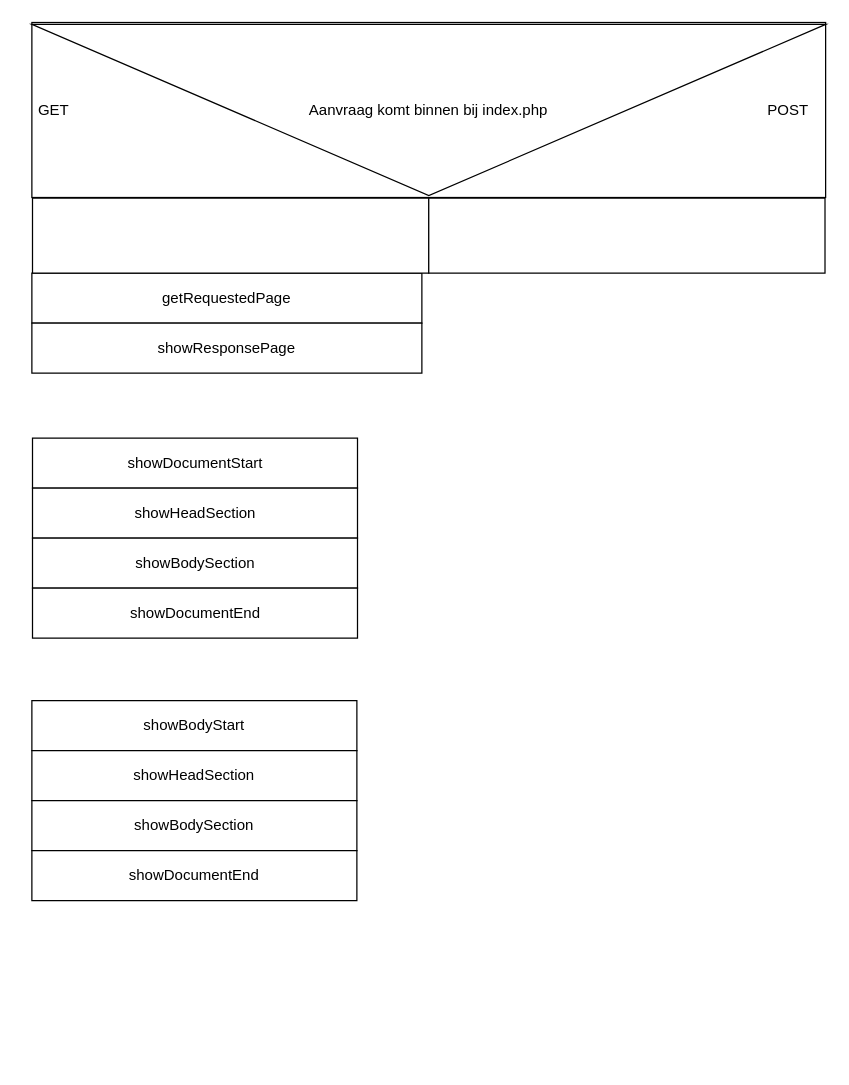
Before: Diagrams/routingPSD.drawio in Dabra720/educom-webshop-basis, a draw.io diagram. Source tidied: cells renumbered, new cells numbered last; positions are measured from the earlier drawing's top-left corner, leaving out a move shared by most shapes. Both pictures are drawn from the tidied source at 125%, with x=0, y=0 at pixel (31, -288).
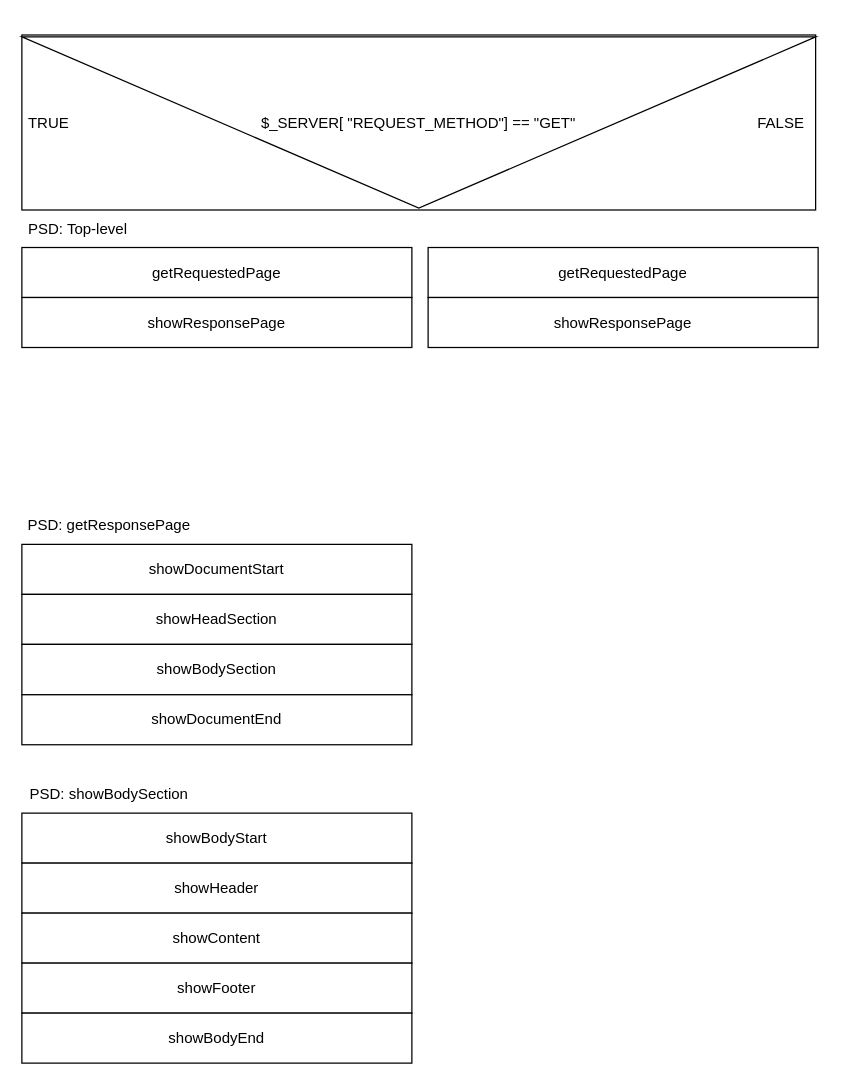
After the change.

Commit message:
Start routing PSD [#6]

What changed in the source:
```diff
@@
 <mxGraphModel>
   <root>
     <mxCell id="0" />
     <mxCell id="1" parent="0" />
     <mxCell id="2" value="getRequestedPage" style="rounded=0;whiteSpace=wrap;html=1;" parent="1" vertex="1">
-      <mxGeometry y="448" width="312" height="40" as="geometry" />
+      <mxGeometry x="-8" y="427.5" width="312" height="40" as="geometry" />
     </mxCell>
     <mxCell id="3" value="showResponsePage" style="rounded=0;whiteSpace=wrap;html=1;" parent="1" vertex="1">
-      <mxGeometry y="488" width="312" height="40" as="geometry" />
+      <mxGeometry x="-8" y="467.5" width="312" height="40" as="geometry" />
     </mxCell>
     <mxCell id="4" value="showDocumentStart" style="rounded=0;whiteSpace=wrap;html=1;" parent="1" vertex="1">
-      <mxGeometry x="0.5" y="580" width="260" height="40" as="geometry" />
+      <mxGeometry x="-8" y="665" width="312" height="40" as="geometry" />
     </mxCell>
     <mxCell id="5" value="showHeadSection" style="rounded=0;whiteSpace=wrap;html=1;" parent="1" vertex="1">
-      <mxGeometry x="0.5" y="620" width="260" height="40" as="geometry" />
+      <mxGeometry x="-8" y="705" width="312" height="40" as="geometry" />
     </mxCell>
     <mxCell id="6" value="showBodySection" style="rounded=0;whiteSpace=wrap;html=1;" parent="1" vertex="1">
-      <mxGeometry x="0.5" y="660" width="260" height="40" as="geometry" />
+      <mxGeometry x="-8" y="745" width="312" height="40.3" as="geometry" />
     </mxCell>
     <mxCell id="7" value="showDocumentEnd" style="rounded=0;whiteSpace=wrap;html=1;" parent="1" vertex="1">
-      <mxGeometry x="0.5" y="700" width="260" height="40" as="geometry" />
+      <mxGeometry x="-8" y="785.3" width="312" height="40" as="geometry" />
     </mxCell>
     <mxCell id="8" value="showBodyStart" style="rounded=0;whiteSpace=wrap;html=1;" parent="1" vertex="1">
-      <mxGeometry y="790" width="260" height="40" as="geometry" />
+      <mxGeometry x="-8" y="880" width="312" height="40" as="geometry" />
     </mxCell>
-    <mxCell id="9" value="showHeadSection" style="rounded=0;whiteSpace=wrap;html=1;" parent="1" vertex="1">
-      <mxGeometry y="830" width="260" height="40" as="geometry" />
+    <mxCell id="9" value="showHeader" style="rounded=0;whiteSpace=wrap;html=1;" parent="1" vertex="1">
+      <mxGeometry x="-8" y="920" width="312" height="40" as="geometry" />
     </mxCell>
-    <mxCell id="10" value="showBodySection" style="rounded=0;whiteSpace=wrap;html=1;" parent="1" vertex="1">
-      <mxGeometry y="870" width="260" height="40" as="geometry" />
+    <mxCell id="10" value="showContent" style="rounded=0;whiteSpace=wrap;html=1;" parent="1" vertex="1">
+      <mxGeometry x="-8" y="960" width="312" height="40" as="geometry" />
     </mxCell>
-    <mxCell id="11" value="showDocumentEnd" style="rounded=0;whiteSpace=wrap;html=1;" parent="1" vertex="1">
-      <mxGeometry y="910" width="260" height="40" as="geometry" />
+    <mxCell id="11" value="showFooter" style="rounded=0;whiteSpace=wrap;html=1;" parent="1" vertex="1">
+      <mxGeometry x="-8" y="1000" width="312" height="40" as="geometry" />
     </mxCell>
-    <mxCell id="12" value="&amp;nbsp;GET&lt;span style=&quot;white-space: pre;&quot;&gt;&#9;&lt;/span&gt;&lt;span style=&quot;white-space: pre;&quot;&gt;&#9;&lt;/span&gt;&lt;span style=&quot;white-space: pre;&quot;&gt;&#9;&lt;/span&gt;&lt;span style=&quot;white-space: pre;&quot;&gt;&#9;&lt;/span&gt;&lt;span style=&quot;white-space: pre;&quot;&gt;&#9;&lt;/span&gt;&lt;span style=&quot;white-space: pre;&quot;&gt;&#9;&lt;/span&gt;&lt;span style=&quot;white-space: pre;&quot;&gt;&#9;&lt;/span&gt;&lt;span style=&quot;white-space: pre;&quot;&gt;&#9;&lt;/span&gt;&lt;span style=&quot;white-space: pre;&quot;&gt;&#9;&lt;/span&gt;&lt;span style=&quot;white-space: pre;&quot;&gt;&#9;&lt;/span&gt;&lt;span style=&quot;white-space: pre;&quot;&gt;&#9;&lt;/span&gt;&lt;span style=&quot;white-space: pre;&quot;&gt;&#9;&lt;/span&gt;&lt;span style=&quot;white-space: pre;&quot;&gt;&#9;&lt;/span&gt;&lt;span style=&quot;white-space: pre;&quot;&gt;&#9;&lt;/span&gt;&lt;span style=&quot;white-space: pre;&quot;&gt;&#9;&lt;/span&gt;&lt;span style=&quot;white-space: pre;&quot;&gt;&#9;&lt;/span&gt;&lt;span style=&quot;white-space: pre;&quot;&gt;&#9;&lt;/span&gt;&lt;span style=&quot;white-space: pre;&quot;&gt;&#9;&lt;/span&gt;&lt;span style=&quot;white-space: pre;&quot;&gt;&#9;&lt;/span&gt;&lt;span style=&quot;white-space: pre;&quot;&gt;&#9;&lt;/span&gt;&lt;span style=&quot;white-space: pre;&quot;&gt;&#9;&lt;/span&gt;POST" style="rounded=0;whiteSpace=wrap;html=1;align=left;" parent="1" vertex="1">
-      <mxGeometry y="247.5" width="635" height="140" as="geometry" />
-    </mxCell>
-    <mxCell id="13" value="&lt;div style=&quot;&quot;&gt;Aanvraag komt binnen bij index.php&lt;/div&gt;" style="triangle;whiteSpace=wrap;html=1;rotation=90;align=center;verticalAlign=middle;horizontal=0;" parent="1" vertex="1">
-      <mxGeometry x="249.1" width="136.9" height="635" as="geometry" />
-    </mxCell>
-    <mxCell id="14" style="rounded=0;whiteSpace=wrap;html=1;" parent="1" vertex="1">
-      <mxGeometry x="0.5" y="388" width="317" height="60" as="geometry" />
-    </mxCell>
-    <mxCell id="15" style="rounded=0;whiteSpace=wrap;html=1;" parent="1" vertex="1">
-      <mxGeometry x="317.5" y="388" width="317" height="60" as="geometry" />
-    </mxCell>
+    <mxCell id="16" value="PSD: getResponsePage" style="text;html=1;strokeColor=none;fillColor=none;align=center;verticalAlign=middle;whiteSpace=wrap;rounded=0;" parent="1" vertex="1">
+      <mxGeometry x="-8" y="635" width="140" height="30" as="geometry" />
+    </mxCell>
+    <mxCell id="17" value="PSD: showBodySection" style="text;html=1;strokeColor=none;fillColor=none;align=center;verticalAlign=middle;whiteSpace=wrap;rounded=0;" parent="1" vertex="1">
+      <mxGeometry x="-8" y="850" width="140" height="30" as="geometry" />
+    </mxCell>
+    <mxCell id="18" value="PSD: Top-level" style="text;html=1;strokeColor=none;fillColor=none;align=center;verticalAlign=middle;whiteSpace=wrap;rounded=0;" parent="1" vertex="1">
+      <mxGeometry x="-8" y="397.5" width="90" height="30" as="geometry" />
+    </mxCell>
+    <mxCell id="19" value="&amp;nbsp;TRUE&lt;span style=&quot;white-space: pre;&quot;&gt;&#9;&lt;/span&gt;&lt;span style=&quot;white-space: pre;&quot;&gt;&#9;&lt;/span&gt;&lt;span style=&quot;white-space: pre;&quot;&gt;&#9;&lt;/span&gt;&lt;span style=&quot;white-space: pre;&quot;&gt;&#9;&lt;/span&gt;&lt;span style=&quot;white-space: pre;&quot;&gt;&#9;&lt;/span&gt;&lt;span style=&quot;white-space: pre;&quot;&gt;&#9;&lt;/span&gt;&lt;span style=&quot;white-space: pre;&quot;&gt;&#9;&lt;/span&gt;&lt;span style=&quot;white-space: pre;&quot;&gt;&#9;&lt;/span&gt;&lt;span style=&quot;white-space: pre;&quot;&gt;&#9;&lt;/span&gt;&lt;span style=&quot;white-space: pre;&quot;&gt;&#9;&lt;/span&gt;&lt;span style=&quot;white-space: pre;&quot;&gt;&#9;&lt;/span&gt;&lt;span style=&quot;white-space: pre;&quot;&gt;&#9;&lt;/span&gt;&lt;span style=&quot;white-space: pre;&quot;&gt;&#9;&lt;/span&gt;&lt;span style=&quot;white-space: pre;&quot;&gt;&#9;&lt;/span&gt;&lt;span style=&quot;white-space: pre;&quot;&gt;&#9;&lt;/span&gt;&lt;span style=&quot;white-space: pre;&quot;&gt;&#9;&lt;/span&gt;&lt;span style=&quot;white-space: pre;&quot;&gt;&#9;&lt;/span&gt;&lt;span style=&quot;white-space: pre;&quot;&gt;&#9;&lt;/span&gt;&lt;span style=&quot;white-space: pre;&quot;&gt;&#9;&lt;/span&gt;&lt;span style=&quot;white-space: pre;&quot;&gt;&#9;&lt;/span&gt;&lt;span style=&quot;white-space: pre;&quot;&gt;&#9;&lt;/span&gt;FALSE" style="rounded=0;whiteSpace=wrap;html=1;align=left;" parent="1" vertex="1">
+      <mxGeometry x="-8" y="257.5" width="635" height="140" as="geometry" />
+    </mxCell>
+    <mxCell id="20" value="&lt;div style=&quot;&quot;&gt;$_SERVER[ &quot;REQUEST_METHOD&quot;] == &quot;GET&quot;&lt;/div&gt;" style="triangle;whiteSpace=wrap;html=1;rotation=90;align=center;verticalAlign=middle;horizontal=0;" parent="1" vertex="1">
+      <mxGeometry x="241.1" y="10" width="136.9" height="635" as="geometry" />
+    </mxCell>
+    <mxCell id="21" value="getRequestedPage" style="rounded=0;whiteSpace=wrap;html=1;" parent="1" vertex="1">
+      <mxGeometry x="317" y="427.5" width="312" height="40" as="geometry" />
+    </mxCell>
+    <mxCell id="22" value="showResponsePage" style="rounded=0;whiteSpace=wrap;html=1;" parent="1" vertex="1">
+      <mxGeometry x="317" y="467.5" width="312" height="40" as="geometry" />
+    </mxCell>
+    <mxCell id="23" value="showBodyEnd" style="rounded=0;whiteSpace=wrap;html=1;" parent="1" vertex="1">
+      <mxGeometry x="-8" y="1040" width="312" height="40" as="geometry" />
+    </mxCell>
   </root>
 </mxGraphModel>
```
